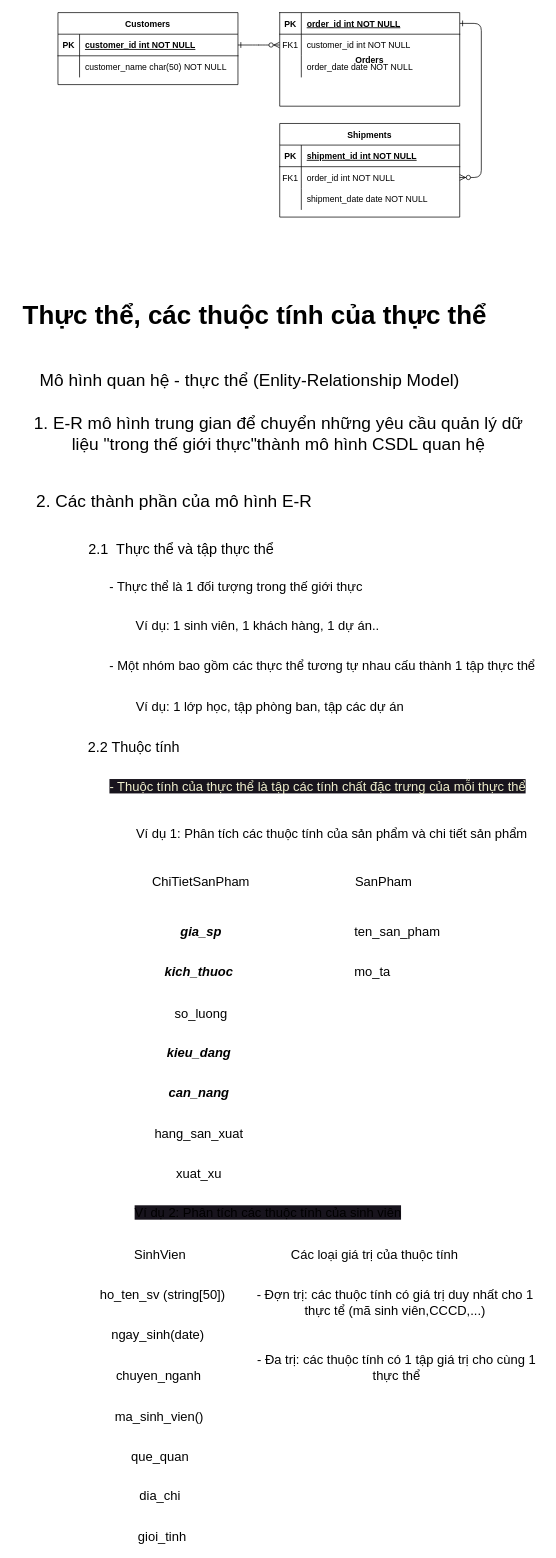
Earlier version of the draw.io diagram page "Buổi 1" (1 of 4) of COM2012.drawio (tuannguyen-1309/Draw). Source tidied: cells renumbered, new cells numbered last; positions are measured from the earlier drawing's top-left corner, leaving out a move shared by most shapes. Both pictures are drawn from the tidied source at 72%, with x=0, y=0 at pixel (12, 12).
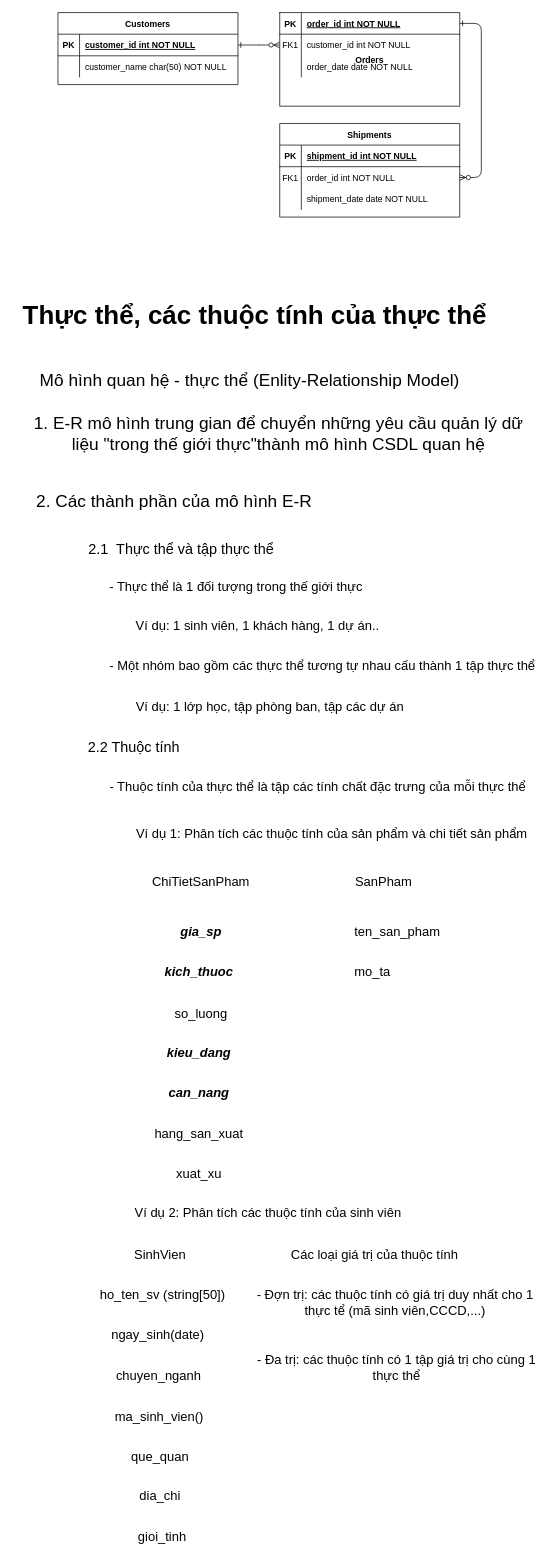
After the change.

The edit, as a diff of the source:
```diff
@@
-    <mxCell id="41" value="&lt;span style=&quot;font-family: Helvetica; font-size: 18px; font-style: normal; font-variant-ligatures: normal; font-variant-caps: normal; font-weight: 400; letter-spacing: normal; orphans: 2; text-align: center; text-indent: 0px; text-transform: none; widows: 2; word-spacing: 0px; -webkit-text-stroke-width: 0px; text-decoration-thickness: initial; text-decoration-style: initial; text-decoration-color: initial; float: none; background-color: rgb(24, 20, 29); display: inline !important;&quot;&gt;&lt;font color=&quot;#f0f0ce&quot;&gt;- Thuộc tính của thực thể là tập các tính chất đặc trưng của mỗi thực thể&lt;/font&gt;&lt;/span&gt;" style="text;whiteSpace=wrap;html=1;" parent="1" vertex="1">
+    <mxCell id="41" value="&lt;span style=&quot;font-family: Helvetica; font-size: 18px; font-style: normal; font-variant-ligatures: normal; font-variant-caps: normal; font-weight: 400; letter-spacing: normal; orphans: 2; text-align: center; text-indent: 0px; text-transform: none; widows: 2; word-spacing: 0px; -webkit-text-stroke-width: 0px; text-decoration-thickness: initial; text-decoration-style: initial; text-decoration-color: initial; float: none; display: inline !important; background-color: rgb(255, 255, 255);&quot;&gt;- Thuộc tính của thực thể là tập các tính chất đặc trưng của mỗi thực thể&lt;/span&gt;" style="text;whiteSpace=wrap;html=1;" parent="1" vertex="1">
       <mxGeometry x="133" y="1058" width="602" height="42" as="geometry" />
     </mxCell>
@@
-    <mxCell id="54" value="&lt;span style=&quot;font-family: Helvetica; font-size: 18px; font-style: normal; font-variant-ligatures: normal; font-variant-caps: normal; font-weight: 400; letter-spacing: normal; orphans: 2; text-indent: 0px; text-transform: none; widows: 2; word-spacing: 0px; -webkit-text-stroke-width: 0px; text-decoration-thickness: initial; text-decoration-style: initial; text-decoration-color: initial; float: none; display: inline !important; background-color: rgb(24, 20, 29);&quot;&gt;Ví dụ 2: Phân tích các thuộc tính của sinh viên&lt;/span&gt;" style="text;whiteSpace=wrap;html=1;align=center;" parent="1" vertex="1">
+    <mxCell id="54" value="&lt;span style=&quot;font-family: Helvetica; font-size: 18px; font-style: normal; font-variant-ligatures: normal; font-variant-caps: normal; font-weight: 400; letter-spacing: normal; orphans: 2; text-indent: 0px; text-transform: none; widows: 2; word-spacing: 0px; -webkit-text-stroke-width: 0px; text-decoration-thickness: initial; text-decoration-style: initial; text-decoration-color: initial; float: none; display: inline !important; background-color: rgb(255, 255, 255);&quot;&gt;Ví dụ 2: Phân tích các thuộc tính của sinh viên&lt;/span&gt;" style="text;whiteSpace=wrap;html=1;align=center;" parent="1" vertex="1">
       <mxGeometry x="37" y="1650" width="636" height="30" as="geometry" />
     </mxCell>
```
